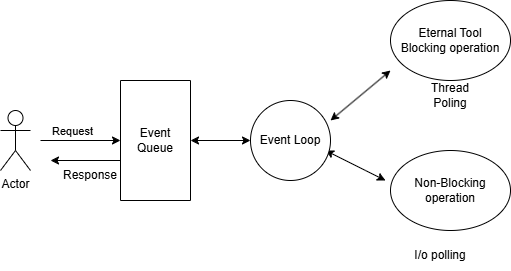
Above: Nodejs.drawio.png in Visal20497/Draw.oi (draw.io), before the change. Source tidied: cells renumbered, new cells last; positions are measured from the earlier drawing's top-left corner, leaving out a move shared by most shapes. The source it was exported from:
```xml
<mxGraphModel>
  <root>
    <mxCell id="0" />
    <mxCell id="1" parent="0" />
    <mxCell id="2" value="Actor" style="shape=umlActor;verticalLabelPosition=bottom;verticalAlign=top;html=1;" parent="1" vertex="1">
      <mxGeometry y="110" width="30" height="60" as="geometry" />
    </mxCell>
    <mxCell id="3" style="endArrow=classic;html=1;rounded=0;" parent="1" edge="1">
      <mxGeometry relative="1" as="geometry">
        <mxPoint x="40" y="140" as="sourcePoint" />
        <mxPoint x="120" y="140" as="targetPoint" />
      </mxGeometry>
    </mxCell>
    <mxCell id="4" value="Request" style="edgeLabel;html=1;align=center;verticalAlign=middle;" parent="3" vertex="1">
      <mxGeometry x="-0.23" y="3" relative="1" as="geometry">
        <mxPoint y="-7" as="offset" />
      </mxGeometry>
    </mxCell>
    <mxCell id="5" style="swimlane;startSize=0;" parent="1" vertex="1">
      <mxGeometry x="120" y="80" width="70" height="120" as="geometry" />
    </mxCell>
    <mxCell id="6" value="Event&lt;br&gt;Queue" style="text;html=1;whiteSpace=wrap;strokeColor=none;fillColor=none;align=center;verticalAlign=middle;rounded=0;" parent="5" vertex="1">
      <mxGeometry x="5" y="45" width="60" height="30" as="geometry" />
    </mxCell>
    <mxCell id="7" value="Eternal Tool&lt;br&gt;Blocking operation" style="ellipse;whiteSpace=wrap;html=1;" parent="1" vertex="1">
      <mxGeometry x="390" width="120" height="80" as="geometry" />
    </mxCell>
    <mxCell id="8" value="Non-Blocking operation" style="ellipse;whiteSpace=wrap;html=1;" parent="1" vertex="1">
      <mxGeometry x="390" y="150" width="120" height="80" as="geometry" />
    </mxCell>
    <mxCell id="9" style="endArrow=classic;startArrow=classic;html=1;rounded=0;" parent="1" edge="1">
      <mxGeometry relative="1" as="geometry">
        <mxPoint x="330" y="120" as="sourcePoint" />
        <mxPoint x="390" y="70" as="targetPoint" />
      </mxGeometry>
    </mxCell>
    <mxCell id="10" style="endArrow=classic;startArrow=classic;html=1;rounded=0;" parent="1" edge="1">
      <mxGeometry relative="1" as="geometry">
        <mxPoint x="325" y="150" as="sourcePoint" />
        <mxPoint x="385" y="180" as="targetPoint" />
        <Array as="points">
          <mxPoint x="365" y="170" />
        </Array>
      </mxGeometry>
    </mxCell>
    <mxCell id="11" style="endArrow=classic;startArrow=classic;html=1;rounded=0;" parent="1" edge="1">
      <mxGeometry relative="1" as="geometry">
        <mxPoint x="190" y="140" as="sourcePoint" />
        <mxPoint x="250" y="140" as="targetPoint" />
      </mxGeometry>
    </mxCell>
    <mxCell id="12" value="Event Loop" style="ellipse;whiteSpace=wrap;html=1;" parent="1" vertex="1">
      <mxGeometry x="250" y="100" width="80" height="80" as="geometry" />
    </mxCell>
    <mxCell id="13" style="endArrow=classic;html=1;rounded=0;" parent="1" edge="1">
      <mxGeometry relative="1" as="geometry">
        <mxPoint x="120" y="160" as="sourcePoint" />
        <mxPoint x="50" y="160" as="targetPoint" />
      </mxGeometry>
    </mxCell>
    <mxCell id="14" value="Response" style="text;html=1;whiteSpace=wrap;strokeColor=none;fillColor=none;align=center;verticalAlign=middle;rounded=0;" parent="1" vertex="1">
      <mxGeometry x="60" y="160" width="60" height="30" as="geometry" />
    </mxCell>
    <mxCell id="15" value="I/o polling" style="text;html=1;whiteSpace=wrap;strokeColor=none;fillColor=none;align=center;verticalAlign=middle;rounded=0;" parent="1" vertex="1">
      <mxGeometry x="410" y="240" width="60" height="30" as="geometry" />
    </mxCell>
    <mxCell id="16" value="Thread Poling" style="text;html=1;whiteSpace=wrap;strokeColor=none;fillColor=none;align=center;verticalAlign=middle;rounded=0;" parent="1" vertex="1">
      <mxGeometry x="420" y="80" width="60" height="30" as="geometry" />
    </mxCell>
  </root>
</mxGraphModel>
```
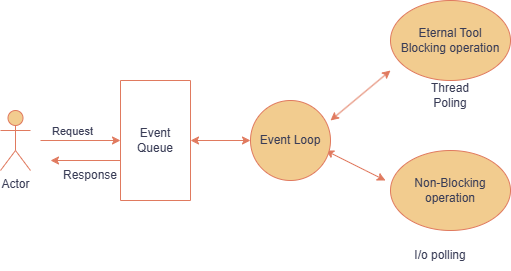
The same diagram one commit later.

Diff of the diagram source:
```diff
@@ -2,39 +2,39 @@
   <root>
     <mxCell id="0" />
     <mxCell id="1" parent="0" />
-    <mxCell id="2" value="Actor" style="shape=umlActor;verticalLabelPosition=bottom;verticalAlign=top;html=1;" parent="1" vertex="1">
+    <mxCell id="2" value="Actor" style="shape=umlActor;verticalLabelPosition=bottom;verticalAlign=top;html=1;labelBackgroundColor=none;fillColor=#F2CC8F;strokeColor=#E07A5F;fontColor=#393C56;" parent="1" vertex="1">
       <mxGeometry y="110" width="30" height="60" as="geometry" />
     </mxCell>
-    <mxCell id="3" style="endArrow=classic;html=1;rounded=0;" parent="1" edge="1">
+    <mxCell id="3" style="endArrow=classic;html=1;rounded=0;labelBackgroundColor=none;strokeColor=#E07A5F;fontColor=default;" parent="1" edge="1">
       <mxGeometry relative="1" as="geometry">
         <mxPoint x="40" y="140" as="sourcePoint" />
         <mxPoint x="120" y="140" as="targetPoint" />
       </mxGeometry>
     </mxCell>
-    <mxCell id="4" value="Request" style="edgeLabel;html=1;align=center;verticalAlign=middle;" parent="3" vertex="1">
+    <mxCell id="4" value="Request" style="edgeLabel;html=1;align=center;verticalAlign=middle;labelBackgroundColor=none;fontColor=#393C56;" parent="3" vertex="1">
       <mxGeometry x="-0.23" y="3" relative="1" as="geometry">
         <mxPoint y="-7" as="offset" />
       </mxGeometry>
     </mxCell>
-    <mxCell id="5" style="swimlane;startSize=0;" parent="1" vertex="1">
+    <mxCell id="5" style="swimlane;startSize=0;labelBackgroundColor=none;fillColor=#F2CC8F;strokeColor=#E07A5F;fontColor=#393C56;" parent="1" vertex="1">
       <mxGeometry x="120" y="80" width="70" height="120" as="geometry" />
     </mxCell>
-    <mxCell id="6" value="Event&lt;br&gt;Queue" style="text;html=1;whiteSpace=wrap;strokeColor=none;fillColor=none;align=center;verticalAlign=middle;rounded=0;" parent="5" vertex="1">
+    <mxCell id="6" value="Event&lt;br&gt;Queue" style="text;html=1;whiteSpace=wrap;strokeColor=none;fillColor=none;align=center;verticalAlign=middle;rounded=0;labelBackgroundColor=none;fontColor=#393C56;" parent="5" vertex="1">
       <mxGeometry x="5" y="45" width="60" height="30" as="geometry" />
     </mxCell>
-    <mxCell id="7" value="Eternal Tool&lt;br&gt;Blocking operation" style="ellipse;whiteSpace=wrap;html=1;" parent="1" vertex="1">
+    <mxCell id="7" value="Eternal Tool&lt;br&gt;Blocking operation" style="ellipse;whiteSpace=wrap;html=1;labelBackgroundColor=none;fillColor=#F2CC8F;strokeColor=#E07A5F;fontColor=#393C56;" parent="1" vertex="1">
       <mxGeometry x="390" width="120" height="80" as="geometry" />
     </mxCell>
-    <mxCell id="8" value="Non-Blocking operation" style="ellipse;whiteSpace=wrap;html=1;" parent="1" vertex="1">
+    <mxCell id="8" value="Non-Blocking operation" style="ellipse;whiteSpace=wrap;html=1;labelBackgroundColor=none;fillColor=#F2CC8F;strokeColor=#E07A5F;fontColor=#393C56;" parent="1" vertex="1">
       <mxGeometry x="390" y="150" width="120" height="80" as="geometry" />
     </mxCell>
-    <mxCell id="9" style="endArrow=classic;startArrow=classic;html=1;rounded=0;" parent="1" edge="1">
+    <mxCell id="9" style="endArrow=classic;startArrow=classic;html=1;rounded=0;labelBackgroundColor=none;strokeColor=#E07A5F;fontColor=default;" parent="1" edge="1">
       <mxGeometry relative="1" as="geometry">
         <mxPoint x="330" y="120" as="sourcePoint" />
         <mxPoint x="390" y="70" as="targetPoint" />
       </mxGeometry>
     </mxCell>
-    <mxCell id="10" style="endArrow=classic;startArrow=classic;html=1;rounded=0;" parent="1" edge="1">
+    <mxCell id="10" style="endArrow=classic;startArrow=classic;html=1;rounded=0;labelBackgroundColor=none;strokeColor=#E07A5F;fontColor=default;" parent="1" edge="1">
       <mxGeometry relative="1" as="geometry">
         <mxPoint x="325" y="150" as="sourcePoint" />
         <mxPoint x="385" y="180" as="targetPoint" />
@@ -43,28 +43,28 @@
         </Array>
       </mxGeometry>
     </mxCell>
-    <mxCell id="11" style="endArrow=classic;startArrow=classic;html=1;rounded=0;" parent="1" edge="1">
+    <mxCell id="11" style="endArrow=classic;startArrow=classic;html=1;rounded=0;labelBackgroundColor=none;strokeColor=#E07A5F;fontColor=default;" parent="1" edge="1">
       <mxGeometry relative="1" as="geometry">
         <mxPoint x="190" y="140" as="sourcePoint" />
         <mxPoint x="250" y="140" as="targetPoint" />
       </mxGeometry>
     </mxCell>
-    <mxCell id="12" value="Event Loop" style="ellipse;whiteSpace=wrap;html=1;" parent="1" vertex="1">
+    <mxCell id="12" value="Event Loop" style="ellipse;whiteSpace=wrap;html=1;labelBackgroundColor=none;fillColor=#F2CC8F;strokeColor=#E07A5F;fontColor=#393C56;" parent="1" vertex="1">
       <mxGeometry x="250" y="100" width="80" height="80" as="geometry" />
     </mxCell>
-    <mxCell id="13" style="endArrow=classic;html=1;rounded=0;" parent="1" edge="1">
+    <mxCell id="13" style="endArrow=classic;html=1;rounded=0;labelBackgroundColor=none;strokeColor=#E07A5F;fontColor=default;" parent="1" edge="1">
       <mxGeometry relative="1" as="geometry">
         <mxPoint x="120" y="160" as="sourcePoint" />
         <mxPoint x="50" y="160" as="targetPoint" />
       </mxGeometry>
     </mxCell>
-    <mxCell id="14" value="Response" style="text;html=1;whiteSpace=wrap;strokeColor=none;fillColor=none;align=center;verticalAlign=middle;rounded=0;" parent="1" vertex="1">
+    <mxCell id="14" value="Response" style="text;html=1;whiteSpace=wrap;strokeColor=none;fillColor=none;align=center;verticalAlign=middle;rounded=0;labelBackgroundColor=none;fontColor=#393C56;" parent="1" vertex="1">
       <mxGeometry x="60" y="160" width="60" height="30" as="geometry" />
     </mxCell>
-    <mxCell id="15" value="I/o polling" style="text;html=1;whiteSpace=wrap;strokeColor=none;fillColor=none;align=center;verticalAlign=middle;rounded=0;" parent="1" vertex="1">
+    <mxCell id="15" value="I/o polling" style="text;html=1;whiteSpace=wrap;strokeColor=none;fillColor=none;align=center;verticalAlign=middle;rounded=0;labelBackgroundColor=none;fontColor=#393C56;" parent="1" vertex="1">
       <mxGeometry x="410" y="240" width="60" height="30" as="geometry" />
     </mxCell>
-    <mxCell id="16" value="Thread Poling" style="text;html=1;whiteSpace=wrap;strokeColor=none;fillColor=none;align=center;verticalAlign=middle;rounded=0;" parent="1" vertex="1">
+    <mxCell id="16" value="Thread Poling" style="text;html=1;whiteSpace=wrap;strokeColor=none;fillColor=none;align=center;verticalAlign=middle;rounded=0;labelBackgroundColor=none;fontColor=#393C56;" parent="1" vertex="1">
       <mxGeometry x="420" y="80" width="60" height="30" as="geometry" />
     </mxCell>
   </root>
```
